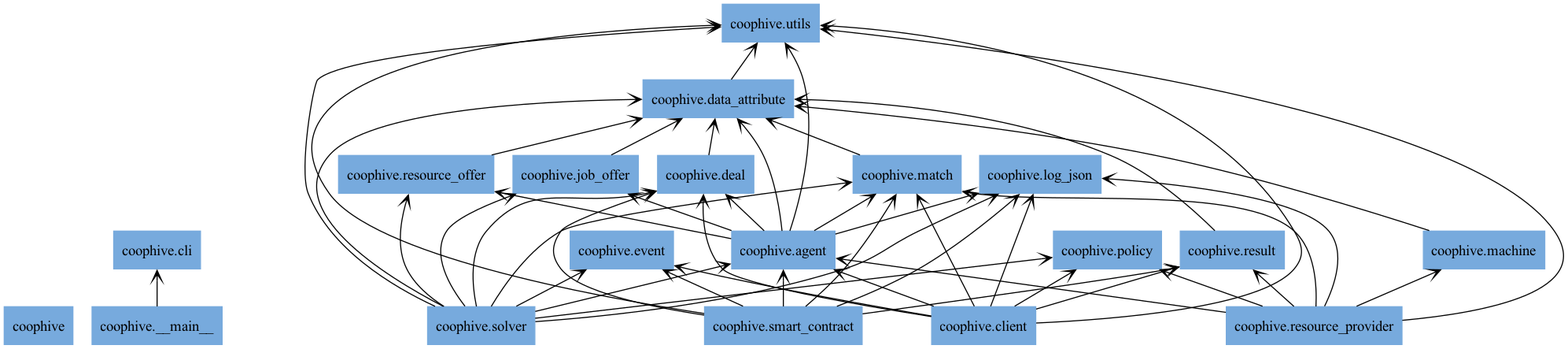
Before: docs/img/packages_coophive.png, a diagram exported from Graphviz (CoopHive/Apiary). Its source is kept beside it as docs/img/packages_coophive.dot.
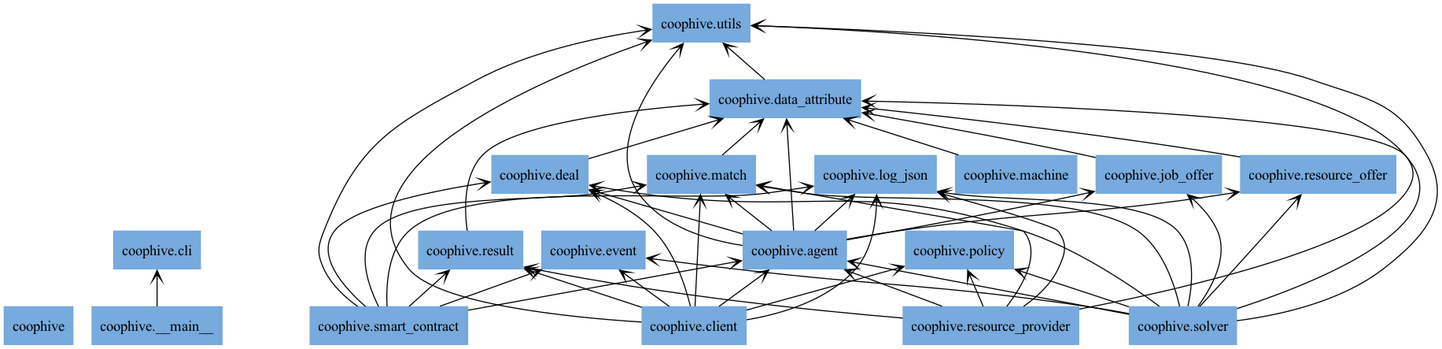
After the commit.

Diff of the diagram source:
```diff
@@ -44,7 +44,6 @@
 "coophive.resource_offer" -> "coophive.data_attribute" [arrowhead="open", arrowtail="none"];
 "coophive.resource_provider" -> "coophive.agent" [arrowhead="open", arrowtail="none"];
 "coophive.resource_provider" -> "coophive.log_json" [arrowhead="open", arrowtail="none"];
-"coophive.resource_provider" -> "coophive.machine" [arrowhead="open", arrowtail="none"];
 "coophive.resource_provider" -> "coophive.match" [arrowhead="open", arrowtail="none"];
 "coophive.resource_provider" -> "coophive.policy" [arrowhead="open", arrowtail="none"];
 "coophive.resource_provider" -> "coophive.result" [arrowhead="open", arrowtail="none"];
```
